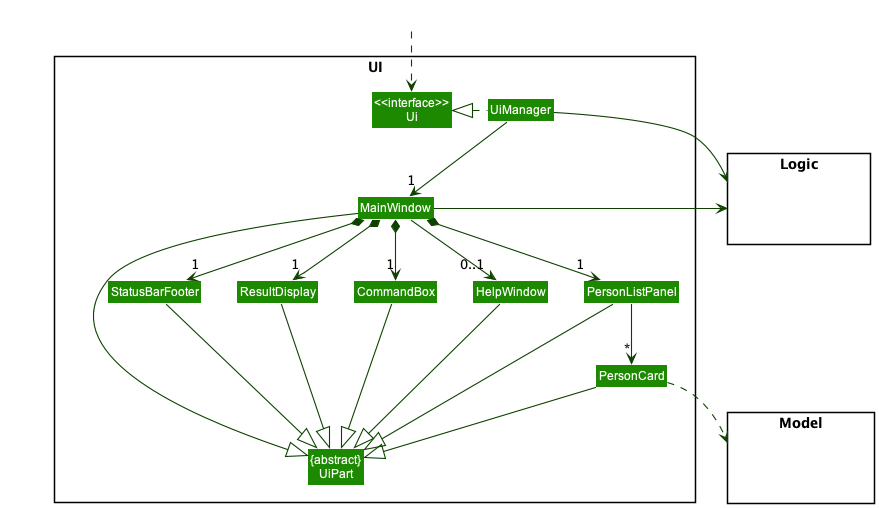
Earlier version of the PlantUML export docs/images/UiClassDiagram.png (nus-cs2103-AY2223S1/tp).
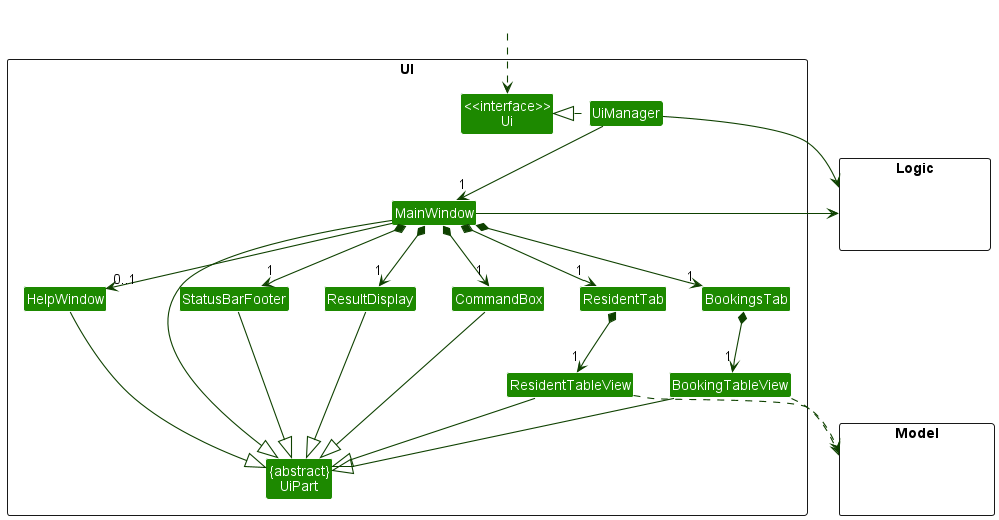
After the change.

Commit message:
Update UiClassDiagram for Bookings

What changed in the source:
```diff
@@ -11,8 +11,10 @@
 Class MainWindow
 Class HelpWindow
 Class ResultDisplay
-Class PersonListPanel
-Class PersonCard
+Class ResidentTab
+Class BookingsTab
+Class ResidentTableView
+Class BookingTableView
 Class StatusBarFooter
 Class CommandBox
 }
@@ -30,28 +32,30 @@
 
 UiManager .left.|> Ui
 UiManager -down-> "1" MainWindow
+MainWindow *-down-> "1" ResidentTab
+MainWindow *-down-> "1" BookingsTab
 MainWindow *-down->  "1" CommandBox
 MainWindow *-down-> "1" ResultDisplay
-MainWindow *-down-> "1" PersonListPanel
 MainWindow *-down-> "1" StatusBarFooter
 MainWindow --> "0..1" HelpWindow
 
-PersonListPanel -down-> "*" PersonCard
+ResidentTab *-down-> "1" ResidentTableView
+BookingsTab *-down-> "1" BookingTableView
 
 MainWindow -left-|> UiPart
 
 ResultDisplay --|> UiPart
 CommandBox --|> UiPart
-PersonListPanel --|> UiPart
-PersonCard --|> UiPart
+ResidentTableView --|> UiPart
+BookingTableView --|> UiPart
 StatusBarFooter --|> UiPart
 HelpWindow --|> UiPart
 
-PersonCard ..> Model
+ResidentTableView ..> Model
+BookingTableView ..> Model
 UiManager -right-> Logic
 MainWindow -left-> Logic
 
-PersonListPanel -[hidden]left- HelpWindow
 HelpWindow -[hidden]left- CommandBox
 CommandBox -[hidden]left- ResultDisplay
 ResultDisplay -[hidden]left- StatusBarFooter
```
